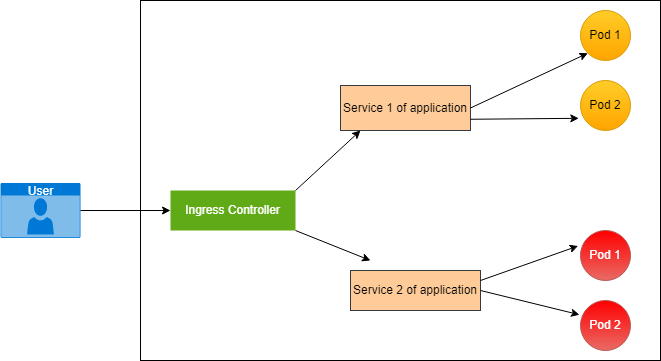
The draw.io diagram Wiki-page-images/Research_Question/1. Ingress/Path-based_routing.drawio.png in dikshita-git/RP_Study-on-Ingress-and-its-security-IPv4-IPv6-, before a commit. Source tidied: cells renumbered, new cells last; positions are measured from the earlier drawing's top-left corner, leaving out a move shared by most shapes. Source of this version:
```xml
<mxGraphModel>
  <root>
    <mxCell id="0" />
    <mxCell id="1" parent="0" />
    <mxCell id="2" value="User" style="html=1;strokeColor=none;fillColor=#0079D6;labelPosition=center;verticalLabelPosition=middle;verticalAlign=top;align=center;fontSize=12;outlineConnect=0;spacingTop=-6;fontColor=#FFFFFF;sketch=0;shape=mxgraph.sitemap.user;" parent="1" vertex="1">
      <mxGeometry y="182.5" width="80" height="55" as="geometry" />
    </mxCell>
    <mxCell id="3" style="rounded=0;whiteSpace=wrap;html=1;" parent="1" vertex="1">
      <mxGeometry x="140" width="520" height="360" as="geometry" />
    </mxCell>
    <mxCell id="4" value="Ingress Controller" style="rounded=0;whiteSpace=wrap;html=1;fillColor=#60a917;strokeColor=none;fontColor=#ffffff;" parent="1" vertex="1">
      <mxGeometry x="170" y="190" width="125" height="40" as="geometry" />
    </mxCell>
    <mxCell id="5" value="Service 1 of application" style="rounded=0;whiteSpace=wrap;html=1;fillColor=#ffcc99;strokeColor=#36393d;" parent="1" vertex="1">
      <mxGeometry x="340" y="85" width="130" height="45" as="geometry" />
    </mxCell>
    <mxCell id="6" value="Service 2 of application" style="rounded=0;whiteSpace=wrap;html=1;fillColor=#ffcc99;strokeColor=#36393d;" parent="1" vertex="1">
      <mxGeometry x="350" y="270" width="130" height="40" as="geometry" />
    </mxCell>
    <mxCell id="7" value="Pod 1" style="ellipse;whiteSpace=wrap;html=1;fillColor=#ffcd28;strokeColor=#d79b00;gradientColor=#ffa500;" parent="1" vertex="1">
      <mxGeometry x="580" y="10" width="50" height="50" as="geometry" />
    </mxCell>
    <mxCell id="8" value="Pod 2" style="ellipse;whiteSpace=wrap;html=1;fillColor=#ffcd28;strokeColor=#d79b00;gradientColor=#ffa500;" parent="1" vertex="1">
      <mxGeometry x="580" y="80" width="50" height="50" as="geometry" />
    </mxCell>
    <mxCell id="9" value="&lt;font color=&quot;#ffffff&quot;&gt;Pod 1&lt;/font&gt;" style="ellipse;whiteSpace=wrap;html=1;fillColor=#FF0000;gradientColor=#ea6b66;strokeColor=#b85450;" parent="1" vertex="1">
      <mxGeometry x="580" y="230" width="50" height="50" as="geometry" />
    </mxCell>
    <mxCell id="10" value="&lt;font color=&quot;#ffffff&quot;&gt;Pod 2&lt;/font&gt;" style="ellipse;whiteSpace=wrap;html=1;fillColor=#FF0000;gradientColor=#ea6b66;strokeColor=#b85450;" parent="1" vertex="1">
      <mxGeometry x="580" y="300" width="50" height="50" as="geometry" />
    </mxCell>
    <mxCell id="11" style="endArrow=classic;html=1;rounded=0;fontColor=#FFFFFF;exitX=1;exitY=0;exitDx=0;exitDy=0;" parent="1" edge="1" source="4">
      <mxGeometry relative="1" as="geometry">
        <mxPoint x="360" y="130" as="targetPoint" />
      </mxGeometry>
    </mxCell>
    <mxCell id="12" style="endArrow=classic;html=1;rounded=0;fontColor=#FFFFFF;exitX=1;exitY=1;exitDx=0;exitDy=0;" parent="1" edge="1" source="4">
      <mxGeometry relative="1" as="geometry">
        <mxPoint x="370" y="260" as="targetPoint" />
      </mxGeometry>
    </mxCell>
    <mxCell id="13" style="endArrow=classic;html=1;rounded=0;fontColor=#FFFFFF;exitX=1;exitY=0.75;exitDx=0;exitDy=0;entryX=-0.034;entryY=0.756;entryDx=0;entryDy=0;entryPerimeter=0;" parent="1" edge="1" source="5" target="8">
      <mxGeometry relative="1" as="geometry" />
    </mxCell>
    <mxCell id="14" style="endArrow=classic;html=1;rounded=0;fontColor=#FFFFFF;exitX=1;exitY=0.25;exitDx=0;exitDy=0;entryX=-0.048;entryY=0.31;entryDx=0;entryDy=0;entryPerimeter=0;" parent="1" edge="1" source="6" target="9">
      <mxGeometry relative="1" as="geometry" />
    </mxCell>
    <mxCell id="15" style="endArrow=classic;html=1;rounded=0;fontColor=#FFFFFF;exitX=1;exitY=0.5;exitDx=0;exitDy=0;entryX=-0.02;entryY=0.285;entryDx=0;entryDy=0;entryPerimeter=0;" parent="1" edge="1" source="6" target="10">
      <mxGeometry relative="1" as="geometry" />
    </mxCell>
    <mxCell id="16" style="endArrow=classic;html=1;rounded=0;fontColor=#FFFFFF;exitX=1;exitY=0.5;exitDx=0;exitDy=0;entryX=0;entryY=1;entryDx=0;entryDy=0;" parent="1" edge="1" source="5" target="7">
      <mxGeometry relative="1" as="geometry" />
    </mxCell>
    <mxCell id="17" style="endArrow=classic;html=1;rounded=0;fontColor=#FFFFFF;entryX=0;entryY=0.5;entryDx=0;entryDy=0;" parent="1" edge="1" source="2" target="4">
      <mxGeometry relative="1" as="geometry" />
    </mxCell>
  </root>
</mxGraphModel>
```
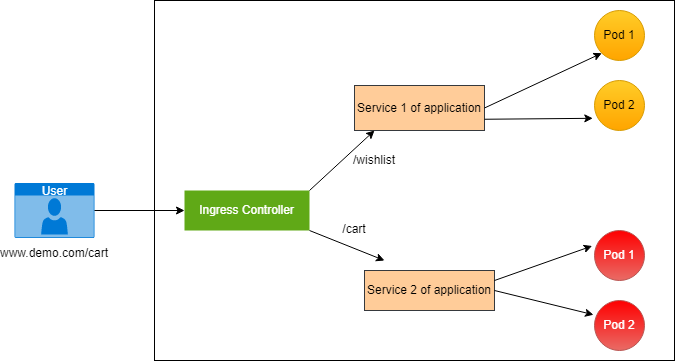
After the change.

The edit, as a diff of the source:
```diff
@@ -54,5 +54,14 @@
     <mxCell id="17" style="endArrow=classic;html=1;rounded=0;fontColor=#FFFFFF;entryX=0;entryY=0.5;entryDx=0;entryDy=0;" parent="1" edge="1" source="2" target="4">
       <mxGeometry relative="1" as="geometry" />
     </mxCell>
+    <mxCell id="18" value="&lt;font color=&quot;#000000&quot;&gt;www.demo.com/cart&lt;/font&gt;" style="text;html=1;strokeColor=none;fillColor=none;align=center;verticalAlign=middle;whiteSpace=wrap;rounded=0;fontColor=#FFFFFF;" parent="1" vertex="1">
+      <mxGeometry x="10" y="237.5" width="60" height="30" as="geometry" />
+    </mxCell>
+    <mxCell id="19" value="/wishlist" style="text;html=1;strokeColor=none;fillColor=none;align=center;verticalAlign=middle;whiteSpace=wrap;rounded=0;fontColor=#000000;" parent="1" vertex="1">
+      <mxGeometry x="320" y="150" width="80" height="20" as="geometry" />
+    </mxCell>
+    <mxCell id="20" value="/cart" style="text;html=1;strokeColor=none;fillColor=none;align=center;verticalAlign=middle;whiteSpace=wrap;rounded=0;fontColor=#000000;" parent="1" vertex="1">
+      <mxGeometry x="310" y="220" width="60" height="17.5" as="geometry" />
+    </mxCell>
   </root>
 </mxGraphModel>
```
